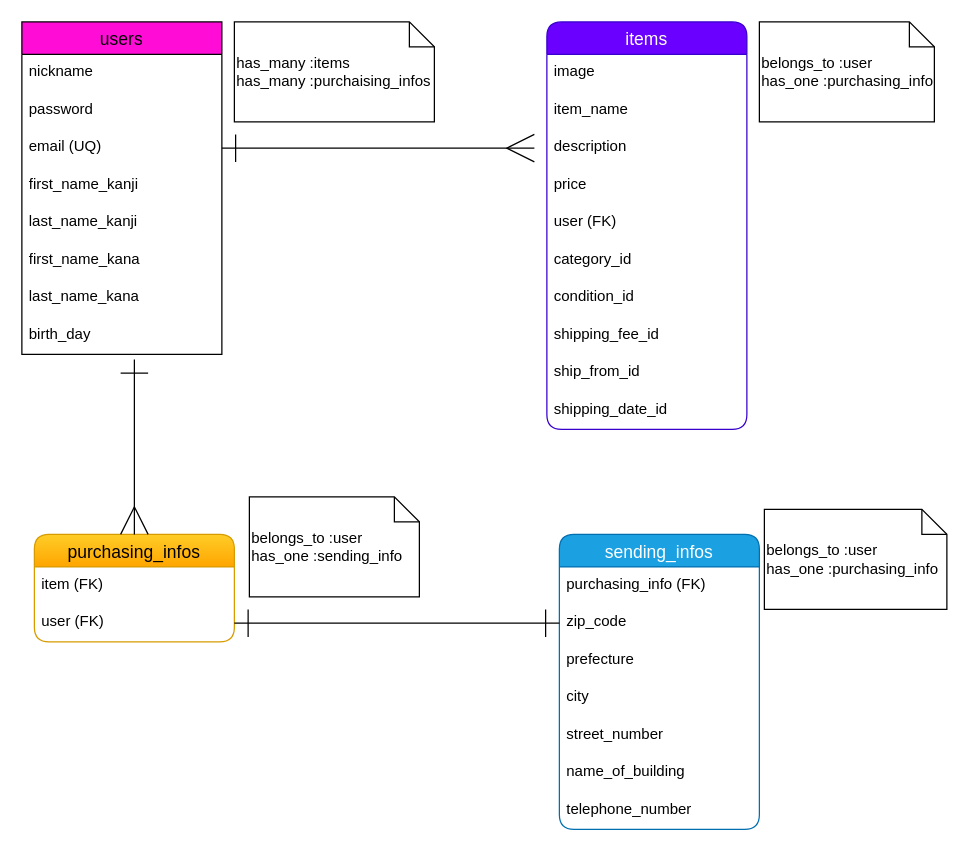
The draw.io diagram page "ページ1" (1 of 2) of test.dio in mochiyama/furima-39655, before the edit. Source tidied: cells renumbered, new cells numbered last; positions are measured from the earlier drawing's top-left corner, leaving out a move shared by most shapes. Both pictures are drawn from the tidied source at 125%, with x=0, y=0 at pixel (21, 21).
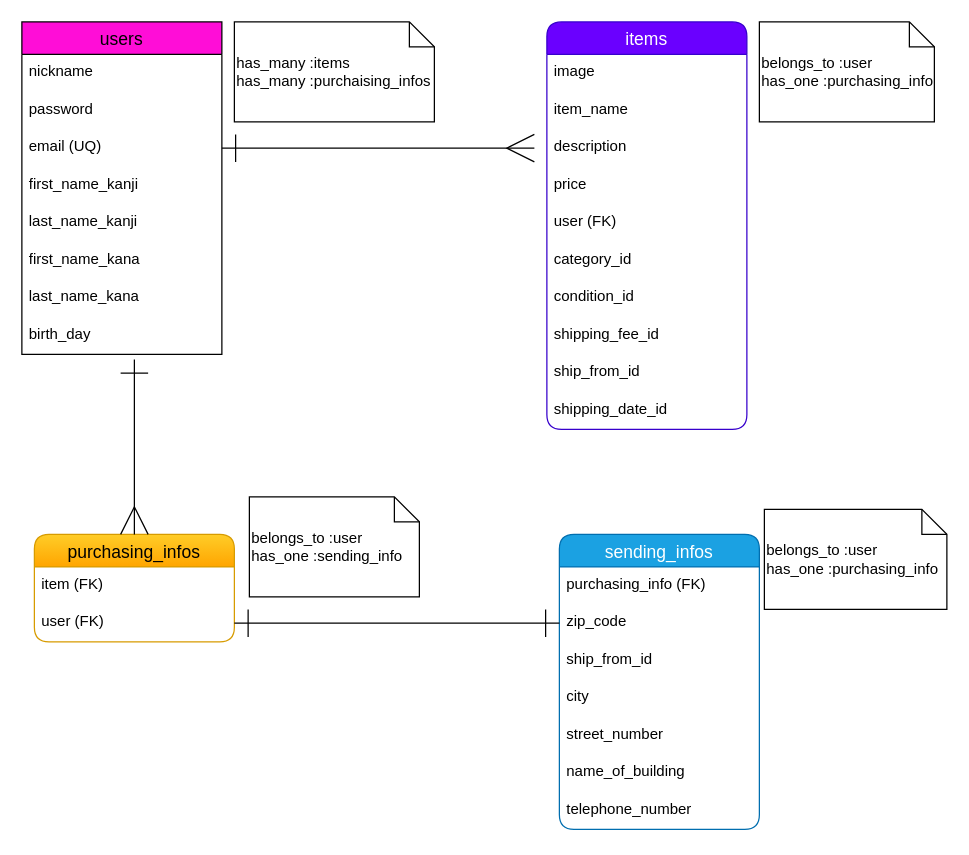
The same page after the edit.

Unchanged cells that the change refers to:
```xml
<mxCell id="16" value="sending_infos" style="swimlane;fontStyle=0;horizontal=1;startSize=26;align=center;fontSize=14;fillColor=#1ba1e2;strokeColor=#006EAF;fontColor=#ffffff;rounded=1;" parent="1" vertex="1">
  <mxGeometry x="430" y="410" width="160" height="236" as="geometry" />
</mxCell>
```

Change to the diagram source:
```diff
@@
-    <mxCell id="19" value="prefecture" style="text;strokeColor=none;fillColor=none;spacingLeft=4;spacingRight=4;overflow=hidden;fontSize=12;" parent="16" vertex="1">
+    <mxCell id="19" value="ship_from_id" style="text;strokeColor=none;fillColor=none;spacingLeft=4;spacingRight=4;overflow=hidden;fontSize=12;" parent="16" vertex="1">
       <mxGeometry y="86" width="160" height="30" as="geometry" />
     </mxCell>
```
